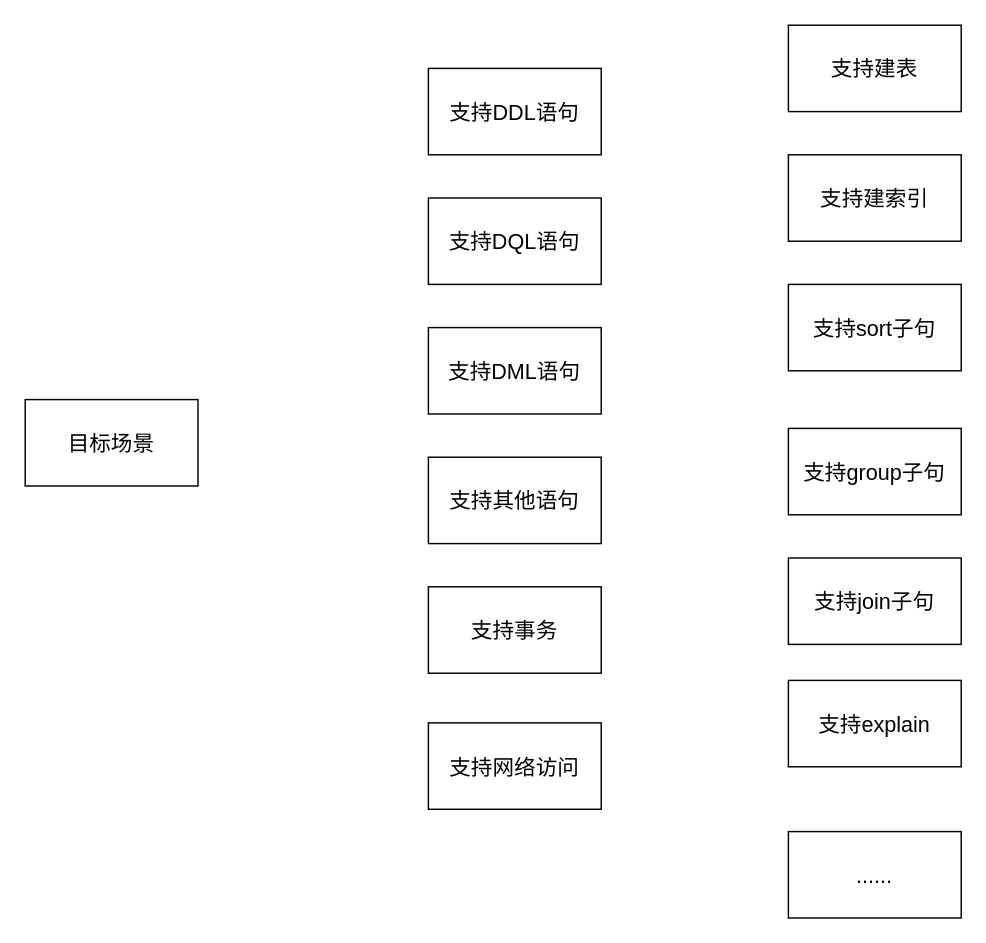
Earlier version of the draw.io diagram MaodaDB.drawio (ChengziMao/picture). Source tidied: cells renumbered, new cells numbered last; positions are measured from the earlier drawing's top-left corner, leaving out a move shared by most shapes. Both pictures are drawn from the tidied source at 144%, with x=0, y=0 at pixel (24, 24).
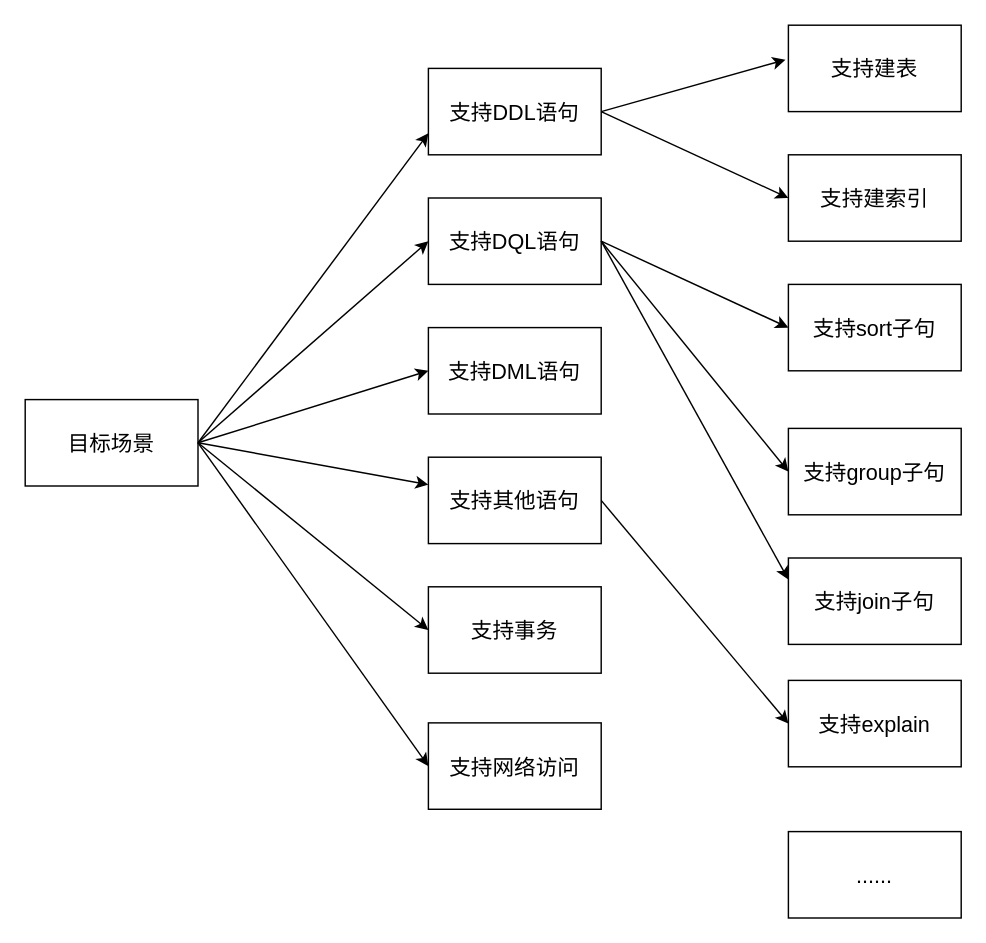
The same page after the edit.

Unchanged cells that the change refers to:
```xml
<mxCell id="2" value="支持DDL语句" style="rounded=0;whiteSpace=wrap;html=1;fontSize=15;" parent="1" vertex="1">
  <mxGeometry x="280" y="30" width="120" height="60" as="geometry" />
</mxCell>
<mxCell id="3" value="支持DQL语句" style="rounded=0;whiteSpace=wrap;html=1;fontSize=15;" parent="1" vertex="1">
  <mxGeometry x="280" y="120" width="120" height="60" as="geometry" />
</mxCell>
<mxCell id="4" value="支持DML语句" style="rounded=0;whiteSpace=wrap;html=1;fontSize=15;" parent="1" vertex="1">
  <mxGeometry x="280" y="210" width="120" height="60" as="geometry" />
</mxCell>
<mxCell id="5" value="支持其他语句" style="rounded=0;whiteSpace=wrap;html=1;fontSize=15;" parent="1" vertex="1">
  <mxGeometry x="280" y="300" width="120" height="60" as="geometry" />
</mxCell>
<mxCell id="6" value="支持事务" style="rounded=0;whiteSpace=wrap;html=1;fontSize=15;" parent="1" vertex="1">
  <mxGeometry x="280" y="390" width="120" height="60" as="geometry" />
</mxCell>
<mxCell id="7" value="支持网络访问" style="rounded=0;whiteSpace=wrap;html=1;fontSize=15;" parent="1" vertex="1">
  <mxGeometry x="280" y="484.5" width="120" height="60" as="geometry" />
</mxCell>
<mxCell id="8" value="目标场景" style="rounded=0;whiteSpace=wrap;html=1;fontSize=15;" parent="1" vertex="1">
  <mxGeometry y="260" width="120" height="60" as="geometry" />
</mxCell>
<mxCell id="9" value="支持建表" style="rounded=0;whiteSpace=wrap;html=1;fontSize=15;" parent="1" vertex="1">
  <mxGeometry x="530" width="120" height="60" as="geometry" />
</mxCell>
<mxCell id="10" value="支持建索引" style="rounded=0;whiteSpace=wrap;html=1;fontSize=15;" parent="1" vertex="1">
  <mxGeometry x="530" y="90" width="120" height="60" as="geometry" />
</mxCell>
<mxCell id="11" value="支持sort子句" style="rounded=0;whiteSpace=wrap;html=1;fontSize=15;" parent="1" vertex="1">
  <mxGeometry x="530" y="180" width="120" height="60" as="geometry" />
</mxCell>
<mxCell id="12" value="支持group子句" style="rounded=0;whiteSpace=wrap;html=1;fontSize=15;" parent="1" vertex="1">
  <mxGeometry x="530" y="280" width="120" height="60" as="geometry" />
</mxCell>
<mxCell id="13" value="支持join子句" style="rounded=0;whiteSpace=wrap;html=1;fontSize=15;" parent="1" vertex="1">
  <mxGeometry x="530" y="370" width="120" height="60" as="geometry" />
</mxCell>
<mxCell id="14" value="支持explain" style="rounded=0;whiteSpace=wrap;html=1;fontSize=15;" parent="1" vertex="1">
  <mxGeometry x="530" y="455" width="120" height="60" as="geometry" />
</mxCell>
```

Diff of the diagram source:
```diff
@@
+    <mxCell id="16" style="endArrow=classic;html=1;rounded=0;entryX=0;entryY=0.75;entryDx=0;entryDy=0;exitX=1;exitY=0.5;exitDx=0;exitDy=0;" parent="1" edge="1" source="8" target="2">
+      <mxGeometry relative="1" as="geometry" />
+    </mxCell>
+    <mxCell id="17" style="endArrow=classic;html=1;rounded=0;entryX=0;entryY=0.5;entryDx=0;entryDy=0;" parent="1" edge="1" target="3">
+      <mxGeometry relative="1" as="geometry">
+        <mxPoint x="120" y="290" as="sourcePoint" />
+      </mxGeometry>
+    </mxCell>
+    <mxCell id="18" style="endArrow=classic;html=1;rounded=0;exitX=1;exitY=0.5;exitDx=0;exitDy=0;entryX=0;entryY=0.5;entryDx=0;entryDy=0;" parent="1" edge="1" source="8" target="4">
+      <mxGeometry relative="1" as="geometry" />
+    </mxCell>
+    <mxCell id="19" style="endArrow=classic;html=1;rounded=0;" parent="1" edge="1" target="5">
+      <mxGeometry relative="1" as="geometry">
+        <mxPoint x="120" y="290" as="sourcePoint" />
+      </mxGeometry>
+    </mxCell>
+    <mxCell id="20" style="endArrow=classic;html=1;rounded=0;entryX=0;entryY=0.5;entryDx=0;entryDy=0;" parent="1" edge="1" target="6">
+      <mxGeometry relative="1" as="geometry">
+        <mxPoint x="120" y="290" as="sourcePoint" />
+      </mxGeometry>
+    </mxCell>
+    <mxCell id="21" style="endArrow=classic;html=1;rounded=0;exitX=1;exitY=0.5;exitDx=0;exitDy=0;entryX=0;entryY=0.5;entryDx=0;entryDy=0;" parent="1" edge="1" source="8" target="7">
+      <mxGeometry relative="1" as="geometry" />
+    </mxCell>
+    <mxCell id="22" style="endArrow=classic;html=1;rounded=0;exitX=1;exitY=0.5;exitDx=0;exitDy=0;entryX=-0.017;entryY=0.4;entryDx=0;entryDy=0;entryPerimeter=0;" parent="1" edge="1" source="2" target="9">
+      <mxGeometry relative="1" as="geometry" />
+    </mxCell>
+    <mxCell id="23" style="endArrow=classic;html=1;rounded=0;exitX=1;exitY=0.5;exitDx=0;exitDy=0;entryX=0;entryY=0.5;entryDx=0;entryDy=0;" parent="1" edge="1" source="2" target="10">
+      <mxGeometry relative="1" as="geometry" />
+    </mxCell>
+    <mxCell id="24" style="endArrow=classic;html=1;rounded=0;exitX=1;exitY=0.5;exitDx=0;exitDy=0;entryX=0;entryY=0.5;entryDx=0;entryDy=0;" parent="1" edge="1" source="3" target="11">
+      <mxGeometry relative="1" as="geometry" />
+    </mxCell>
+    <mxCell id="25" style="endArrow=classic;html=1;rounded=0;entryX=0;entryY=0.5;entryDx=0;entryDy=0;exitX=1;exitY=0.5;exitDx=0;exitDy=0;" parent="1" edge="1" source="3" target="12">
+      <mxGeometry relative="1" as="geometry" />
+    </mxCell>
+    <mxCell id="26" style="endArrow=classic;html=1;rounded=0;exitX=1;exitY=0.5;exitDx=0;exitDy=0;entryX=0;entryY=0.25;entryDx=0;entryDy=0;" parent="1" edge="1" source="3" target="13">
+      <mxGeometry relative="1" as="geometry" />
+    </mxCell>
+    <mxCell id="27" style="endArrow=classic;html=1;rounded=0;exitX=1;exitY=0.5;exitDx=0;exitDy=0;entryX=0;entryY=0.5;entryDx=0;entryDy=0;" parent="1" edge="1" source="5" target="14">
+      <mxGeometry relative="1" as="geometry" />
+    </mxCell>
```
